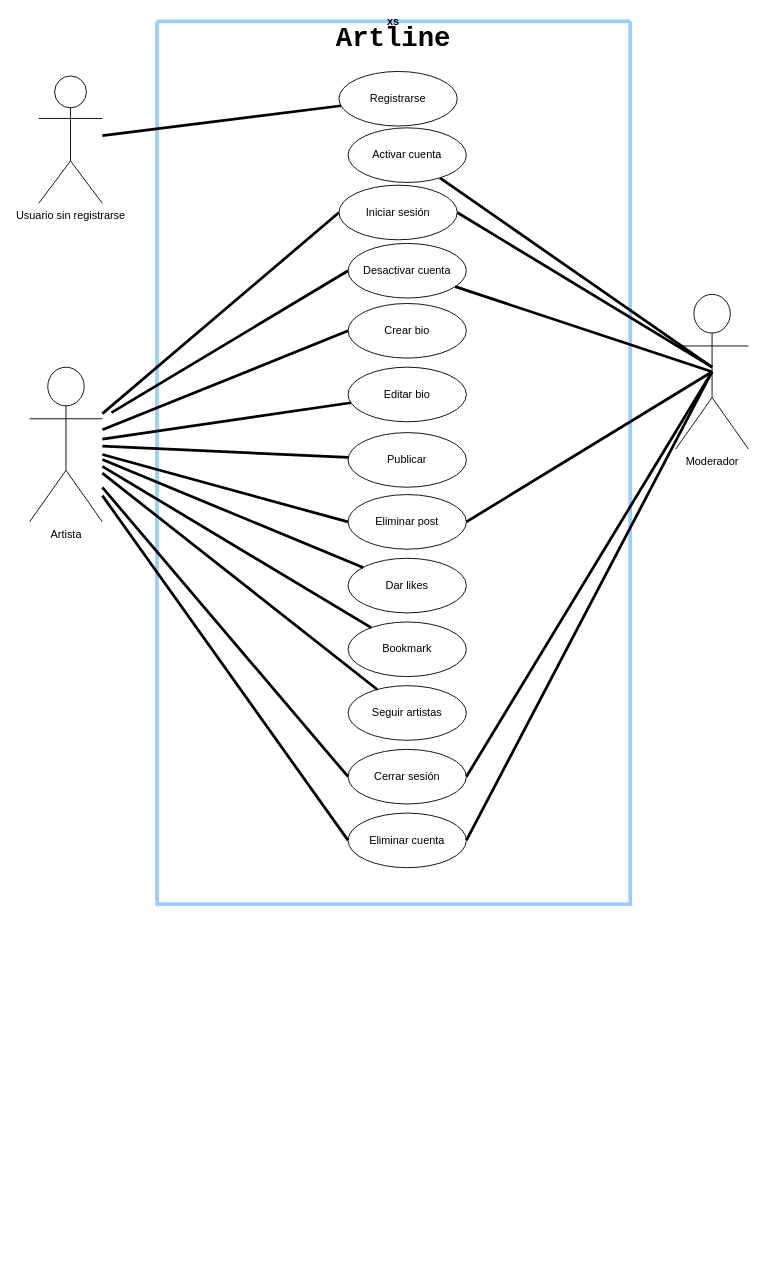
This is Casos_de_Uso.drawio from luismtapia/Artline-API, a draw.io file, before an edit. Source tidied: cells renumbered, new cells numbered last; positions are measured from the earlier drawing's top-left corner, leaving out a move shared by most shapes. Both pictures are drawn from the tidied source at 91%, with x=0, y=0 at pixel (29, 21).
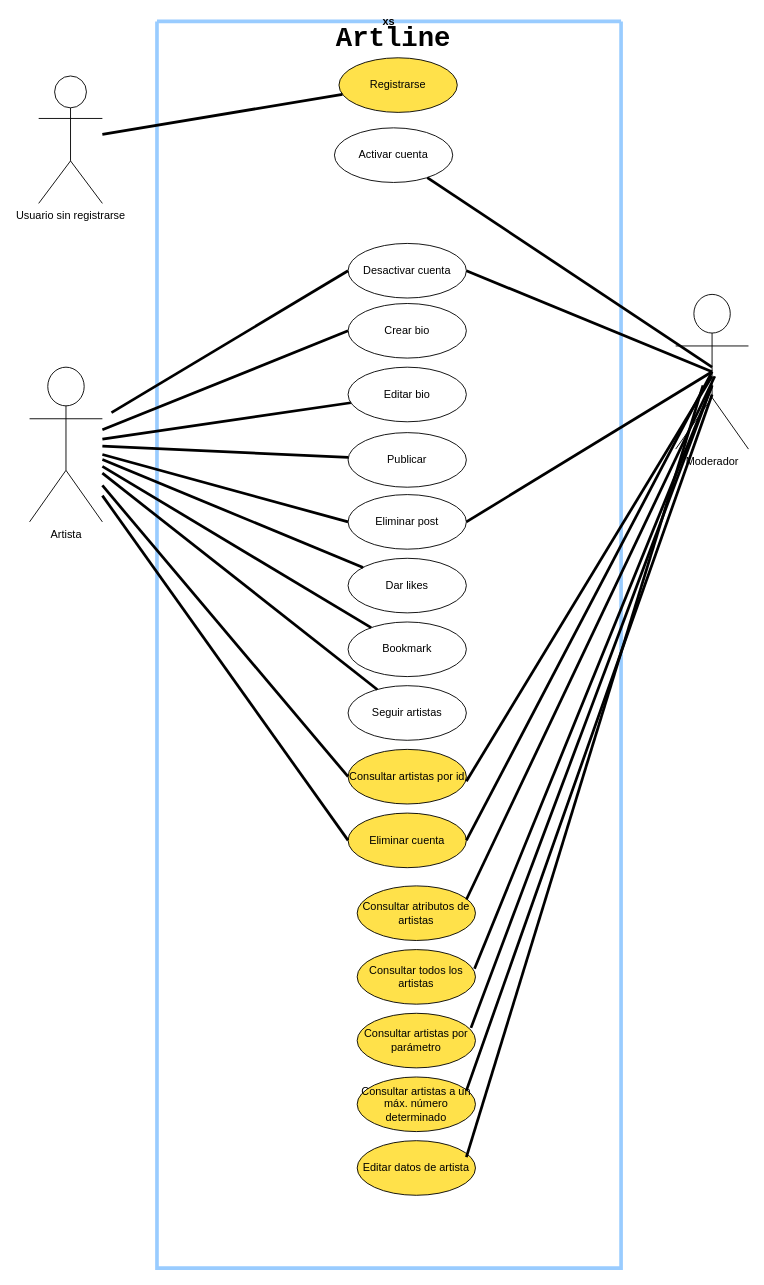
The same page after the edit.

Commit message:
Actualización de diagrama de casos de uso

The change refers to these unchanged cells:
```xml
<mxCell id="2" value="Artista" style="shape=umlActor;verticalLabelPosition=bottom;verticalAlign=top;html=1;outlineConnect=0;" parent="1" vertex="1">
  <mxGeometry y="380" width="80" height="170" as="geometry" />
</mxCell>
<mxCell id="10" value="Desactivar cuenta" style="ellipse;whiteSpace=wrap;html=1;" parent="3" vertex="1">
  <mxGeometry x="210" y="244" width="130" height="60" as="geometry" />
</mxCell>
<mxCell id="18" value="Moderador" style="shape=umlActor;verticalLabelPosition=bottom;verticalAlign=top;html=1;outlineConnect=0;" parent="1" vertex="1">
  <mxGeometry x="710" y="300" width="80" height="170" as="geometry" />
</mxCell>
```

What changed in the source:
```diff
@@
     <mxCell id="3" value="xs" style="swimlane;startSize=0;strokeWidth=4;fillColor=#99FFFF;strokeColor=#99CCFF;" parent="1" vertex="1">
-      <mxGeometry x="140" width="520" height="970" as="geometry" />
+      <mxGeometry x="140" width="510" height="1370" as="geometry" />
     </mxCell>
-    <mxCell id="4" value="Registrarse" style="ellipse;whiteSpace=wrap;html=1;" parent="3" vertex="1">
-      <mxGeometry x="200" y="55" width="130" height="60" as="geometry" />
+    <mxCell id="4" value="Registrarse" style="ellipse;whiteSpace=wrap;html=1;fillColor=#FFE14A;" parent="3" vertex="1">
+      <mxGeometry x="200" y="40" width="130" height="60" as="geometry" />
     </mxCell>
-    <mxCell id="5" value="Iniciar sesión" style="ellipse;whiteSpace=wrap;html=1;" parent="3" vertex="1">
-      <mxGeometry x="200" y="180" width="130" height="60" as="geometry" />
-    </mxCell>
-    <mxCell id="6" value="Editar bio" style="ellipse;whiteSpace=wrap;html=1;" parent="3" vertex="1">
+    <mxCell id="6" value="Editar bio" style="ellipse;whiteSpace=wrap;html=1;fillColor=#FFFFFF;" parent="3" vertex="1">
       <mxGeometry x="210" y="380" width="130" height="60" as="geometry" />
     </mxCell>
-    <mxCell id="7" value="Cerrar sesión" style="ellipse;whiteSpace=wrap;html=1;" parent="3" vertex="1">
-      <mxGeometry x="210" y="800" width="130" height="60" as="geometry" />
-    </mxCell>
@@
     <mxCell id="9" value="Activar cuenta" style="ellipse;whiteSpace=wrap;html=1;" parent="3" vertex="1">
-      <mxGeometry x="210" y="117" width="130" height="60" as="geometry" />
+      <mxGeometry x="195" y="117" width="130" height="60" as="geometry" />
     </mxCell>
@@
-    <mxCell id="17" value="Eliminar cuenta" style="ellipse;whiteSpace=wrap;html=1;" parent="3" vertex="1">
+    <mxCell id="17" value="Eliminar cuenta" style="ellipse;whiteSpace=wrap;html=1;fillColor=#FFE14A;" parent="3" vertex="1">
       <mxGeometry x="210" y="870" width="130" height="60" as="geometry" />
     </mxCell>
+    <mxCell id="38" value="Consultar atributos de artistas" style="ellipse;whiteSpace=wrap;html=1;fillColor=#FFE14A;" parent="3" vertex="1">
+      <mxGeometry x="220" y="950" width="130" height="60" as="geometry" />
+    </mxCell>
+    <mxCell id="39" style="rounded=0;orthogonalLoop=1;jettySize=auto;html=1;endArrow=none;endFill=0;strokeWidth=3;entryX=0.5;entryY=0.5;entryDx=0;entryDy=0;entryPerimeter=0;" parent="3" edge="1">
+      <mxGeometry relative="1" as="geometry">
+        <mxPoint x="340" y="965" as="sourcePoint" />
+        <mxPoint x="613" y="390" as="targetPoint" />
+      </mxGeometry>
+    </mxCell>
+    <mxCell id="40" value="Consultar artistas por id" style="ellipse;whiteSpace=wrap;html=1;fillColor=#FFE14A;" parent="3" vertex="1">
+      <mxGeometry x="210" y="800" width="130" height="60" as="geometry" />
+    </mxCell>
+    <mxCell id="41" value="Consultar todos los artistas" style="ellipse;whiteSpace=wrap;html=1;fillColor=#FFE14A;" parent="3" vertex="1">
+      <mxGeometry x="220" y="1020" width="130" height="60" as="geometry" />
+    </mxCell>
+    <mxCell id="42" value="Consultar artistas por parámetro" style="ellipse;whiteSpace=wrap;html=1;fillColor=#FFE14A;" parent="3" vertex="1">
+      <mxGeometry x="220" y="1090" width="130" height="60" as="geometry" />
+    </mxCell>
+    <mxCell id="43" value="Editar datos de artista" style="ellipse;whiteSpace=wrap;html=1;fillColor=#FFE14A;" parent="3" vertex="1">
+      <mxGeometry x="220" y="1230" width="130" height="60" as="geometry" />
+    </mxCell>
+    <mxCell id="44" value="Consultar artistas a un máx. número determinado" style="ellipse;whiteSpace=wrap;html=1;fillColor=#FFE14A;" parent="3" vertex="1">
+      <mxGeometry x="220" y="1160" width="130" height="60" as="geometry" />
+    </mxCell>
@@
-    <mxCell id="20" style="rounded=0;jettySize=auto;html=1;exitX=0;exitY=0.5;exitDx=0;exitDy=0;endArrow=none;endFill=0;strokeWidth=3;" parent="1" edge="1" source="5" target="2">
-      <mxGeometry relative="1" as="geometry" />
-    </mxCell>
@@
-    <mxCell id="23" style="rounded=0;jettySize=auto;html=1;exitX=0;exitY=0.5;exitDx=0;exitDy=0;endArrow=none;endFill=0;strokeWidth=3;" parent="1" edge="1" source="7" target="2">
-      <mxGeometry relative="1" as="geometry" />
-    </mxCell>
@@
-    <mxCell id="27" style="rounded=0;jettySize=auto;html=1;endArrow=none;endFill=0;strokeWidth=3;entryX=0.5;entryY=0.5;entryDx=0;entryDy=0;entryPerimeter=0;" parent="1" edge="1" source="10" target="18">
+    <mxCell id="27" style="rounded=0;jettySize=auto;html=1;endArrow=none;endFill=0;strokeWidth=3;entryX=0.5;entryY=0.5;entryDx=0;entryDy=0;entryPerimeter=0;exitX=1;exitY=0.5;exitDx=0;exitDy=0;" parent="1" edge="1" source="10" target="18">
       <mxGeometry relative="1" as="geometry" />
     </mxCell>
@@
-    <mxCell id="29" style="rounded=0;jettySize=auto;html=1;exitX=1;exitY=0.5;exitDx=0;exitDy=0;endArrow=none;endFill=0;strokeWidth=3;" parent="1" edge="1" source="5">
-      <mxGeometry relative="1" as="geometry">
-        <mxPoint x="750" y="380" as="targetPoint" />
-      </mxGeometry>
-    </mxCell>
-    <mxCell id="30" style="rounded=0;jettySize=auto;html=1;exitX=1;exitY=0.5;exitDx=0;exitDy=0;endArrow=none;endFill=0;strokeWidth=3;entryX=0.5;entryY=0.5;entryDx=0;entryDy=0;entryPerimeter=0;" parent="1" edge="1" source="7" target="18">
-      <mxGeometry relative="1" as="geometry" />
-    </mxCell>
@@
+    <mxCell id="45" style="rounded=0;orthogonalLoop=1;jettySize=auto;html=1;exitX=1;exitY=0.5;exitDx=0;exitDy=0;endArrow=none;endFill=0;strokeWidth=3;" parent="1" edge="1">
+      <mxGeometry relative="1" as="geometry">
+        <mxPoint x="480" y="835" as="sourcePoint" />
+        <mxPoint x="750" y="390" as="targetPoint" />
+      </mxGeometry>
+    </mxCell>
+    <mxCell id="46" style="rounded=0;orthogonalLoop=1;jettySize=auto;html=1;endArrow=none;endFill=0;strokeWidth=3;" parent="1" edge="1">
+      <mxGeometry relative="1" as="geometry">
+        <mxPoint x="350" y="830" as="sourcePoint" />
+        <mxPoint x="80" y="510" as="targetPoint" />
+      </mxGeometry>
+    </mxCell>
+    <mxCell id="47" style="rounded=0;jettySize=auto;html=1;endArrow=none;endFill=0;strokeWidth=3;exitX=0.992;exitY=0.35;exitDx=0;exitDy=0;exitPerimeter=0;" parent="1" edge="1" source="41">
+      <mxGeometry relative="1" as="geometry">
+        <mxPoint x="750" y="400" as="targetPoint" />
+      </mxGeometry>
+    </mxCell>
+    <mxCell id="48" style="rounded=0;jettySize=auto;html=1;endArrow=none;endFill=0;strokeWidth=3;exitX=0.962;exitY=0.267;exitDx=0;exitDy=0;exitPerimeter=0;" parent="1" edge="1" source="42">
+      <mxGeometry relative="1" as="geometry">
+        <mxPoint x="750" y="400" as="targetPoint" />
+      </mxGeometry>
+    </mxCell>
+    <mxCell id="49" style="rounded=0;orthogonalLoop=1;jettySize=auto;html=1;endArrow=none;endFill=0;strokeWidth=3;" parent="1" edge="1">
+      <mxGeometry relative="1" as="geometry">
+        <mxPoint x="480" y="1248" as="sourcePoint" />
+        <mxPoint x="740" y="400" as="targetPoint" />
+      </mxGeometry>
+    </mxCell>
+    <mxCell id="50" style="rounded=0;jettySize=auto;html=1;endArrow=none;endFill=0;strokeWidth=3;exitX=0.923;exitY=0.25;exitDx=0;exitDy=0;exitPerimeter=0;" parent="1" edge="1" source="44">
+      <mxGeometry relative="1" as="geometry">
+        <mxPoint x="750" y="410" as="targetPoint" />
+      </mxGeometry>
+    </mxCell>
```
